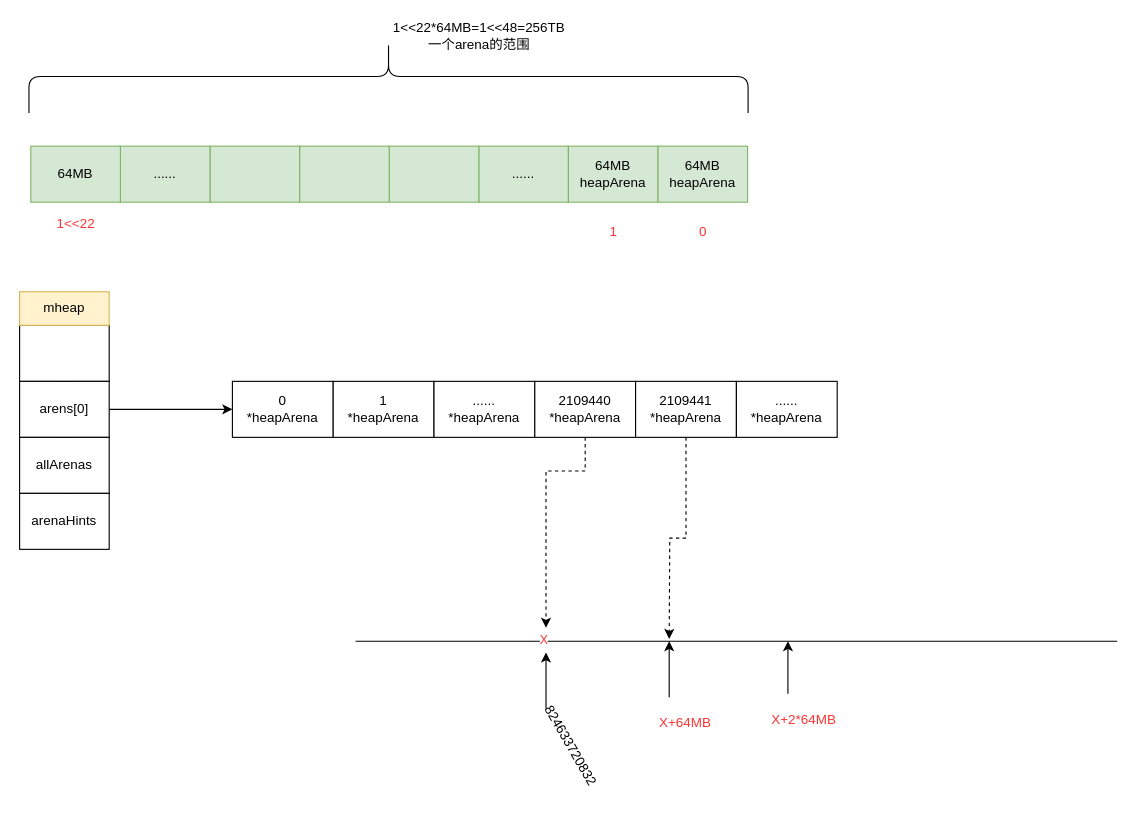
6z7/my-notebook keeps this draw.io diagram as page "创建arena" (2 of 5) of dev-tool/go/内存管理/asset/内存管理.drawio. Above is the earlier version. Source tidied: cells renumbered, new cells numbered last; positions are measured from the earlier drawing's top-left corner, leaving out a move shared by most shapes. Both pictures are drawn from the tidied source at 112%, with x=0, y=0 at pixel (19, -283).
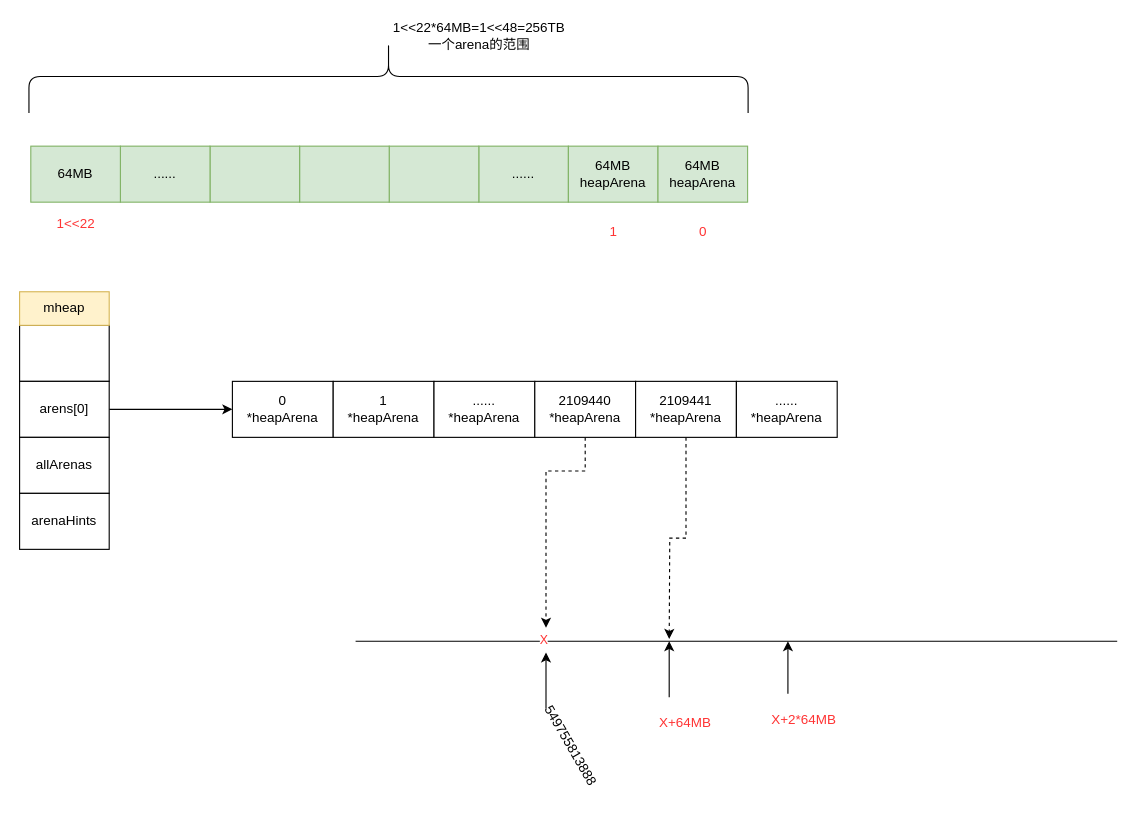
The same page after the edit.

The edit, as a diff of the source:
```diff
@@
-    <mxCell id="33" value="824633720832" style="text;html=1;align=center;verticalAlign=middle;fontColor=#000000;rotation=60;" parent="1" vertex="1">
+    <mxCell id="33" value="549755813888" style="text;html=1;align=center;verticalAlign=middle;fontColor=#000000;rotation=60;" parent="1" vertex="1">
       <mxGeometry x="442" y="908" width="100" height="20" as="geometry" />
     </mxCell>
```
